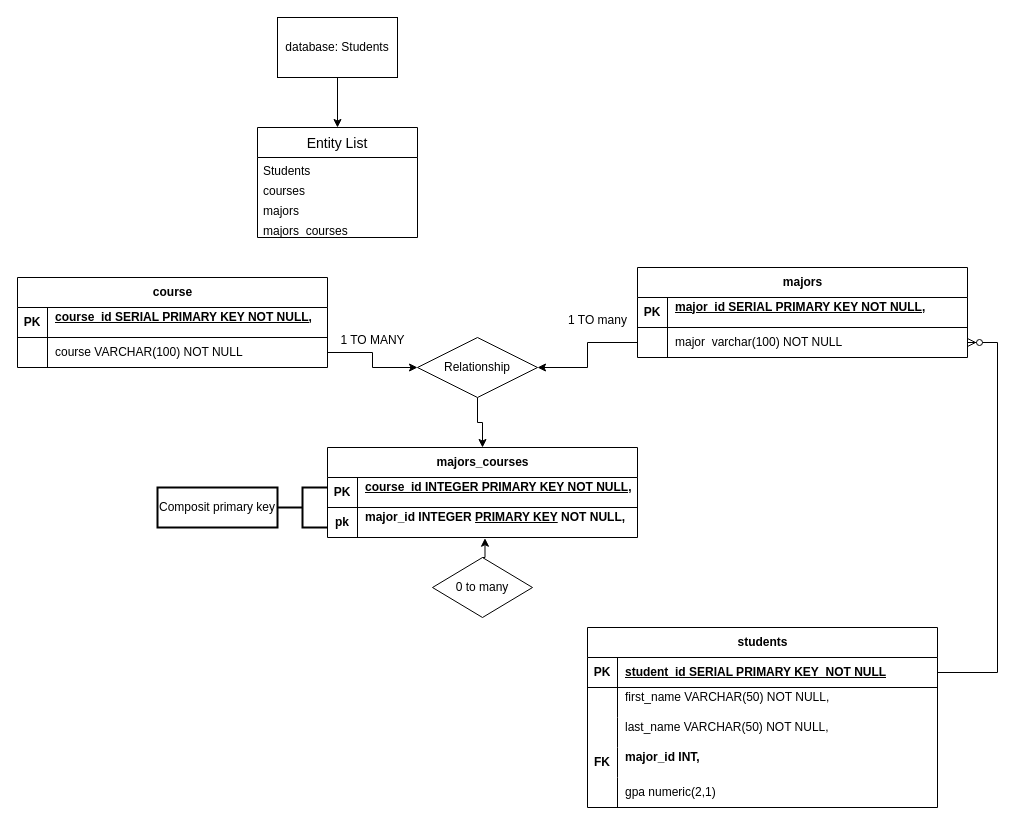
zishan344/free_code_camp_relitonal_database keeps this draw.io diagram as sqlDatabaseP1&P2/Untitled Diagram.drawio. Above is the earlier version. Source tidied: cells renumbered, new cells numbered last; positions are measured from the earlier drawing's top-left corner, leaving out a move shared by most shapes. Both pictures are drawn from the tidied source at 100%, with x=0, y=0 at pixel (17, 17).
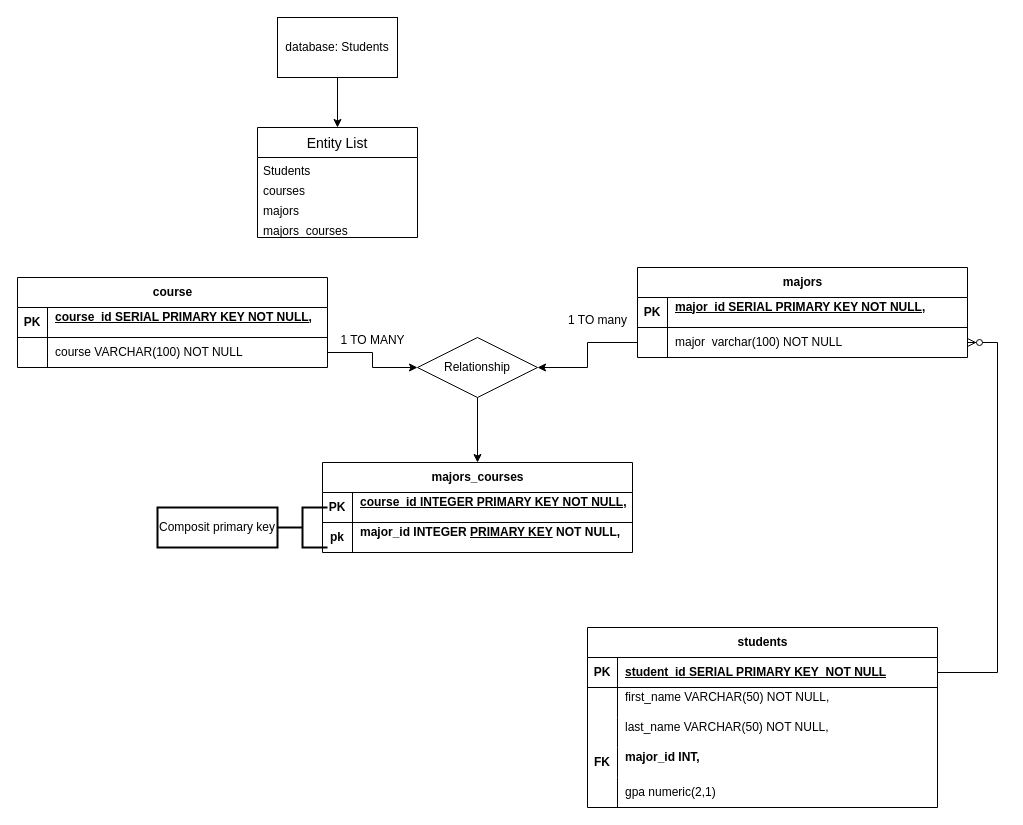
The same page after the edit.

Unchanged cells that the change refers to:
```xml
<mxCell id="44" style="shape=tableRow;horizontal=0;startSize=0;swimlaneHead=0;swimlaneBody=0;fillColor=none;points=[[0,0.5],[1,0.5]];portConstraint=eastwest;top=0;left=0;right=0;bottom=0;" parent="40" vertex="1">
  <mxGeometry y="60" width="310" height="30" as="geometry" />
</mxCell>
```

Change to the diagram source:
```diff
@@
     <mxCell id="40" value="majors_courses" style="shape=table;startSize=30;childLayout=tableLayout;rowLines=0;fontStyle=1;align=center;html=1;" parent="1" vertex="1">
-      <mxGeometry x="310" y="430" width="310" height="90" as="geometry" />
+      <mxGeometry x="305" y="445" width="310" height="90" as="geometry" />
     </mxCell>
@@
     <mxCell id="48" style="strokeWidth=2;html=1;shape=mxgraph.flowchart.annotation_2;align=left;labelPosition=right;" parent="1" vertex="1">
-      <mxGeometry x="260" y="470" width="50" height="40" as="geometry" />
+      <mxGeometry x="260" y="490" width="50" height="40" as="geometry" />
     </mxCell>
     <mxCell id="49" value="Composit primary key" style="whiteSpace=wrap;html=1;align=left;strokeWidth=2;" parent="1" vertex="1">
-      <mxGeometry x="140" y="470" width="120" height="40" as="geometry" />
+      <mxGeometry x="140" y="490" width="120" height="40" as="geometry" />
     </mxCell>
@@
-    <mxCell id="56" value="0 to many" style="shape=rhombus;perimeter=rhombusPerimeter;whiteSpace=wrap;html=1;align=center;" parent="1" vertex="1">
-      <mxGeometry x="415" y="540" width="100" height="60" as="geometry" />
-    </mxCell>
-    <mxCell id="57" style="edgeStyle=orthogonalEdgeStyle;rounded=0;jettySize=auto;html=1;exitX=0.5;exitY=0;exitDx=0;exitDy=0;entryX=0.508;entryY=1.024;entryDx=0;entryDy=0;entryPerimeter=0;" parent="1" edge="1" source="56" target="44">
-      <mxGeometry relative="1" as="geometry" />
-    </mxCell>
```
